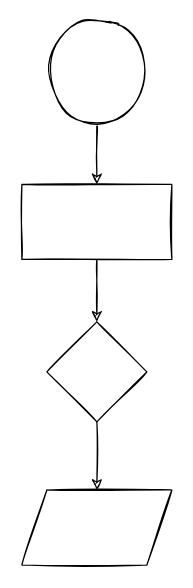
The draw.io diagram Untitled Diagram.drawio in FantasyDream/diagrams, before the edit. Source tidied: cells renumbered, new cells numbered last; positions are measured from the earlier drawing's top-left corner, leaving out a move shared by most shapes. Both pictures are drawn from the tidied source at 125%, with x=0, y=0 at pixel (21, 21).
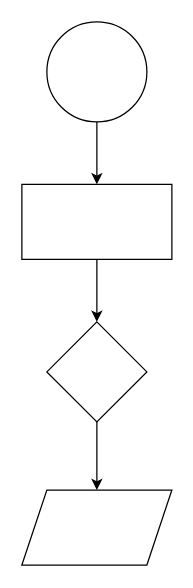
After the change.

Diff of the diagram source:
```diff
@@
 <mxGraphModel>
   <root>
     <mxCell id="0" />
     <mxCell id="1" parent="0" />
-    <mxCell id="2" style="edgeStyle=orthogonalEdgeStyle;rounded=0;jettySize=auto;html=1;sketch=1;shadow=0;" parent="1" edge="1" source="3" target="5">
+    <mxCell id="2" style="edgeStyle=orthogonalEdgeStyle;rounded=0;jettySize=auto;html=1;sketch=0;shadow=0;" parent="1" edge="1" source="3" target="5">
       <mxGeometry relative="1" as="geometry" />
     </mxCell>
-    <mxCell id="3" style="ellipse;whiteSpace=wrap;html=1;shadow=0;sketch=1;" parent="1" vertex="1">
+    <mxCell id="3" style="ellipse;whiteSpace=wrap;html=1;shadow=0;sketch=0;" parent="1" vertex="1">
       <mxGeometry x="20" width="80" height="80" as="geometry" />
     </mxCell>
-    <mxCell id="4" style="edgeStyle=orthogonalEdgeStyle;rounded=0;jettySize=auto;html=1;sketch=1;shadow=0;" parent="1" edge="1" source="5" target="7">
+    <mxCell id="4" style="edgeStyle=orthogonalEdgeStyle;rounded=0;jettySize=auto;html=1;sketch=0;shadow=0;" parent="1" edge="1" source="5" target="7">
       <mxGeometry relative="1" as="geometry" />
     </mxCell>
-    <mxCell id="5" style="whiteSpace=wrap;html=1;sketch=1;shadow=0;" parent="1" vertex="1">
+    <mxCell id="5" style="whiteSpace=wrap;html=1;sketch=0;shadow=0;" parent="1" vertex="1">
       <mxGeometry y="130" width="120" height="60" as="geometry" />
     </mxCell>
-    <mxCell id="6" style="edgeStyle=orthogonalEdgeStyle;rounded=0;jettySize=auto;html=1;sketch=1;shadow=0;" parent="1" edge="1" source="7" target="8">
+    <mxCell id="6" style="edgeStyle=orthogonalEdgeStyle;rounded=0;jettySize=auto;html=1;sketch=0;shadow=0;" parent="1" edge="1" source="7" target="8">
       <mxGeometry relative="1" as="geometry" />
     </mxCell>
-    <mxCell id="7" style="rhombus;whiteSpace=wrap;html=1;sketch=1;shadow=0;" parent="1" vertex="1">
+    <mxCell id="7" style="rhombus;whiteSpace=wrap;html=1;sketch=0;shadow=0;" parent="1" vertex="1">
       <mxGeometry x="20" y="240" width="80" height="80" as="geometry" />
     </mxCell>
-    <mxCell id="8" style="shape=parallelogram;perimeter=parallelogramPerimeter;whiteSpace=wrap;html=1;fixedSize=1;sketch=1;shadow=0;" parent="1" vertex="1">
+    <mxCell id="8" style="shape=parallelogram;perimeter=parallelogramPerimeter;whiteSpace=wrap;html=1;fixedSize=1;sketch=0;shadow=0;" parent="1" vertex="1">
       <mxGeometry y="374.5" width="120" height="60" as="geometry" />
     </mxCell>
   </root>
 </mxGraphModel>
```
